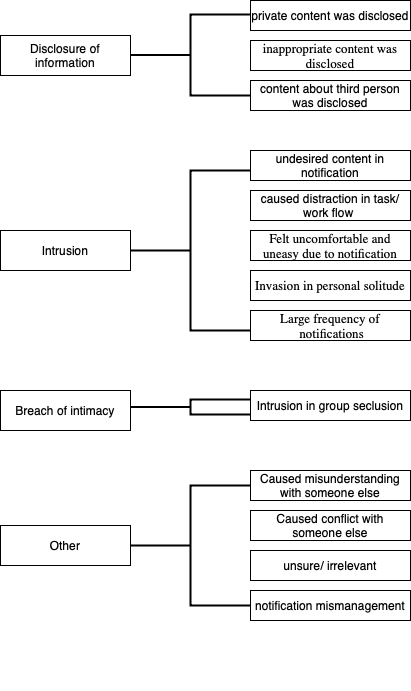
PriyankaVerma98/Smartphone-notifications-Privacy keeps this draw.io diagram as coding tree.png. Above is the earlier version. Source tidied: cells renumbered, new cells last; positions are measured from the earlier drawing's top-left corner, leaving out a move shared by most shapes. The source it was exported from:
```xml
<mxGraphModel>
  <root>
    <mxCell id="0" />
    <mxCell id="1" parent="0" />
    <mxCell id="2" value="undesired content in notification" style="text;html=1;strokeColor=#000000;fillColor=none;align=center;verticalAlign=middle;whiteSpace=wrap;rounded=0;" parent="1" vertex="1">
      <mxGeometry x="250" y="150" width="160" height="30" as="geometry" />
    </mxCell>
    <mxCell id="3" value="caused distraction in task/ work flow&amp;nbsp;" style="text;html=1;strokeColor=#000000;fillColor=none;align=center;verticalAlign=middle;whiteSpace=wrap;rounded=0;" parent="1" vertex="1">
      <mxGeometry x="250" y="190" width="160" height="30" as="geometry" />
    </mxCell>
    <mxCell id="4" value="&lt;div class=&quot;page&quot; title=&quot;Page 8&quot;&gt;&lt;div class=&quot;layoutArea&quot;&gt;&lt;div class=&quot;column&quot;&gt;&lt;p&gt;&lt;span style=&quot;font-size: 10pt ; font-family: &amp;#34;linlibertinet&amp;#34;&quot;&gt;Felt uncomfortable and uneasy due to notification&lt;/span&gt;&lt;/p&gt;&lt;/div&gt;&lt;/div&gt;&lt;/div&gt;" style="text;html=1;strokeColor=#000000;fillColor=none;align=center;verticalAlign=middle;whiteSpace=wrap;rounded=0;" parent="1" vertex="1">
      <mxGeometry x="250" y="230" width="160" height="30" as="geometry" />
    </mxCell>
    <mxCell id="5" value="&lt;div class=&quot;page&quot; title=&quot;Page 8&quot;&gt;&lt;div class=&quot;layoutArea&quot;&gt;&lt;div class=&quot;column&quot;&gt;&lt;p&gt;&lt;span style=&quot;font-family: &amp;#34;linlibertinet&amp;#34; ; font-size: 10pt&quot;&gt;Invasion in personal solitude&lt;/span&gt;&lt;span style=&quot;color: rgba(0 , 0 , 0 , 0) ; font-family: monospace ; font-size: 0px&quot;&gt;%3CmxGraphModel%3E%3Croot%3E%3CmxCell%20id%3D%220%22%2F%3E%3CmxCell%20id%3D%221%22%20parent%3D%220%22%2F%3E%3CmxCell%20id%3D%222%22%20value%3D%22%26lt%3Bdiv%20class%3D%26quot%3Bpage%26quot%3B%20title%3D%26quot%3BPage%208%26quot%3B%26gt%3B%26lt%3Bdiv%20class%3D%26quot%3BlayoutArea%26quot%3B%26gt%3B%26lt%3Bdiv%20class%3D%26quot%3Bcolumn%26quot%3B%26gt%3B%26lt%3Bp%26gt%3B%26lt%3Bspan%20style%3D%26quot%3Bfont-size%3A%2010pt%20%3B%20font-family%3A%20%26amp%3B%2334%3Blinlibertinet%26amp%3B%2334%3B%26quot%3B%26gt%3BFelt%20uncomfortable%20and%20uneasy%20due%20to%20notification%26lt%3B%2Fspan%26gt%3B%26lt%3B%2Fp%26gt%3B%26lt%3B%2Fdiv%26gt%3B%26lt%3B%2Fdiv%26gt%3B%26lt%3B%2Fdiv%26gt%3B%22%20style%3D%22text%3Bhtml%3D1%3BstrokeColor%3Dnone%3BfillColor%3Dnone%3Balign%3Dcenter%3BverticalAlign%3Dmiddle%3BwhiteSpace%3Dwrap%3Brounded%3D0%3B%22%20vertex%3D%221%22%20parent%3D%221%22%3E%3CmxGeometry%20x%3D%22410%22%20y%3D%22390%22%20width%3D%22130%22%20height%3D%2240%22%20as%3D%22geometry%22%2F%3E%3C%2FmxCell%3E%3C%2Froot%3E%3C%2FmxGraphModel%3E&lt;/span&gt;&lt;br&gt;&lt;/p&gt;&lt;/div&gt;&lt;/div&gt;&lt;/div&gt;" style="text;html=1;strokeColor=#000000;fillColor=none;align=center;verticalAlign=middle;whiteSpace=wrap;rounded=0;" parent="1" vertex="1">
      <mxGeometry x="250" y="270" width="160" height="30" as="geometry" />
    </mxCell>
    <mxCell id="6" value="&lt;div class=&quot;page&quot; title=&quot;Page 8&quot;&gt;&lt;div class=&quot;layoutArea&quot;&gt;&lt;div class=&quot;column&quot;&gt;&lt;p&gt;&lt;font face=&quot;linlibertinet&quot; size=&quot;2&quot;&gt;Large frequency of &amp;nbsp;notifications&lt;/font&gt;&lt;/p&gt;&lt;/div&gt;&lt;/div&gt;&lt;/div&gt;" style="text;html=1;strokeColor=#000000;fillColor=none;align=center;verticalAlign=middle;whiteSpace=wrap;rounded=0;" parent="1" vertex="1">
      <mxGeometry x="250" y="310" width="160" height="30" as="geometry" />
    </mxCell>
    <mxCell id="7" value="&lt;div class=&quot;page&quot; title=&quot;Page 8&quot;&gt;&lt;div class=&quot;layoutArea&quot;&gt;&lt;div class=&quot;column&quot;&gt;&lt;p&gt;&lt;br&gt;&lt;/p&gt;&lt;/div&gt;&lt;/div&gt;&lt;/div&gt;" style="text;html=1;strokeColor=none;fillColor=none;align=center;verticalAlign=middle;whiteSpace=wrap;rounded=0;" parent="1" vertex="1">
      <mxGeometry x="273" y="650" width="130" height="40" as="geometry" />
    </mxCell>
    <mxCell id="8" value="Intrusion" style="text;html=1;strokeColor=#000000;fillColor=none;align=center;verticalAlign=middle;whiteSpace=wrap;rounded=0;" parent="1" vertex="1">
      <mxGeometry y="230" width="130" height="40" as="geometry" />
    </mxCell>
    <mxCell id="9" style="strokeWidth=2;html=1;shape=mxgraph.flowchart.annotation_2;align=left;labelPosition=right;" parent="1" vertex="1">
      <mxGeometry x="130" y="170" width="120" height="160" as="geometry" />
    </mxCell>
    <mxCell id="10" value="Intrusion in group seclusion" style="text;html=1;strokeColor=#000000;fillColor=none;align=center;verticalAlign=middle;whiteSpace=wrap;rounded=0;" parent="1" vertex="1">
      <mxGeometry x="250" y="390" width="160" height="30" as="geometry" />
    </mxCell>
    <mxCell id="11" value="Breach of intimacy" style="text;html=1;strokeColor=#000000;fillColor=none;align=center;verticalAlign=middle;whiteSpace=wrap;rounded=0;" parent="1" vertex="1">
      <mxGeometry y="390" width="130" height="40" as="geometry" />
    </mxCell>
    <mxCell id="12" style="strokeWidth=2;html=1;shape=mxgraph.flowchart.annotation_2;align=left;labelPosition=right;" parent="1" vertex="1">
      <mxGeometry x="130" y="399" width="120" height="15" as="geometry" />
    </mxCell>
    <mxCell id="13" value="Caused misunderstanding with someone else" style="text;html=1;strokeColor=#000000;fillColor=none;align=center;verticalAlign=middle;whiteSpace=wrap;rounded=0;" parent="1" vertex="1">
      <mxGeometry x="250" y="470" width="160" height="30" as="geometry" />
    </mxCell>
    <mxCell id="14" value="Caused conflict with someone else" style="text;html=1;strokeColor=#000000;fillColor=none;align=center;verticalAlign=middle;whiteSpace=wrap;rounded=0;" parent="1" vertex="1">
      <mxGeometry x="250" y="510" width="160" height="30" as="geometry" />
    </mxCell>
    <mxCell id="15" value="private content was disclosed" style="text;html=1;strokeColor=#000000;fillColor=none;align=center;verticalAlign=middle;whiteSpace=wrap;rounded=0;" parent="1" vertex="1">
      <mxGeometry x="250" width="160" height="30" as="geometry" />
    </mxCell>
    <mxCell id="16" value="content about third person was disclosed" style="text;html=1;strokeColor=#000000;fillColor=none;align=center;verticalAlign=middle;whiteSpace=wrap;rounded=0;" parent="1" vertex="1">
      <mxGeometry x="250" y="80" width="160" height="30" as="geometry" />
    </mxCell>
    <mxCell id="17" value="&lt;div class=&quot;page&quot; title=&quot;Page 8&quot;&gt;&lt;div class=&quot;layoutArea&quot;&gt;&lt;div class=&quot;column&quot;&gt;&lt;p&gt;&lt;font face=&quot;linlibertinet&quot; size=&quot;2&quot;&gt;inappropriate content was disclosed&lt;/font&gt;&lt;/p&gt;&lt;/div&gt;&lt;/div&gt;&lt;/div&gt;" style="text;html=1;strokeColor=#000000;fillColor=none;align=center;verticalAlign=middle;whiteSpace=wrap;rounded=0;" parent="1" vertex="1">
      <mxGeometry x="250" y="40" width="160" height="30" as="geometry" />
    </mxCell>
    <mxCell id="18" value="Disclosure of information" style="text;html=1;strokeColor=#000000;fillColor=none;align=center;verticalAlign=middle;whiteSpace=wrap;rounded=0;" parent="1" vertex="1">
      <mxGeometry y="35" width="130" height="40" as="geometry" />
    </mxCell>
    <mxCell id="19" style="strokeWidth=2;html=1;shape=mxgraph.flowchart.annotation_2;align=left;labelPosition=right;" parent="1" vertex="1">
      <mxGeometry x="130" y="14" width="120" height="81" as="geometry" />
    </mxCell>
    <mxCell id="20" value="unsure/ irrelevant" style="text;html=1;strokeColor=#000000;fillColor=none;align=center;verticalAlign=middle;whiteSpace=wrap;rounded=0;" parent="1" vertex="1">
      <mxGeometry x="250" y="550" width="160" height="30" as="geometry" />
    </mxCell>
    <mxCell id="21" value="Other" style="text;html=1;strokeColor=#000000;fillColor=none;align=center;verticalAlign=middle;whiteSpace=wrap;rounded=0;" parent="1" vertex="1">
      <mxGeometry y="525" width="130" height="40" as="geometry" />
    </mxCell>
    <mxCell id="22" value="notification mismanagement" style="text;html=1;strokeColor=#000000;fillColor=none;align=center;verticalAlign=middle;whiteSpace=wrap;rounded=0;" parent="1" vertex="1">
      <mxGeometry x="250" y="590" width="160" height="30" as="geometry" />
    </mxCell>
    <mxCell id="23" style="strokeWidth=2;html=1;shape=mxgraph.flowchart.annotation_2;align=left;labelPosition=right;" parent="1" vertex="1">
      <mxGeometry x="130" y="485" width="120" height="120" as="geometry" />
    </mxCell>
  </root>
</mxGraphModel>
```
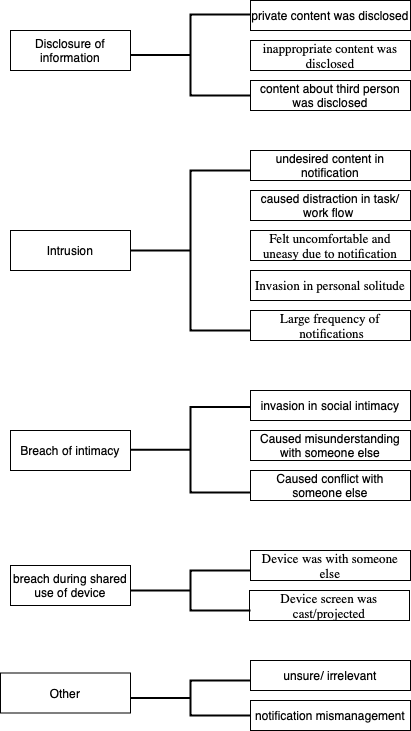
After the commit.

The edit, as a diff of the source:
```diff
@@ -21,25 +21,25 @@
       <mxGeometry x="273" y="650" width="130" height="40" as="geometry" />
     </mxCell>
     <mxCell id="8" value="Intrusion" style="text;html=1;strokeColor=#000000;fillColor=none;align=center;verticalAlign=middle;whiteSpace=wrap;rounded=0;" parent="1" vertex="1">
-      <mxGeometry y="230" width="130" height="40" as="geometry" />
+      <mxGeometry x="10" y="230" width="120" height="40" as="geometry" />
     </mxCell>
     <mxCell id="9" style="strokeWidth=2;html=1;shape=mxgraph.flowchart.annotation_2;align=left;labelPosition=right;" parent="1" vertex="1">
       <mxGeometry x="130" y="170" width="120" height="160" as="geometry" />
     </mxCell>
-    <mxCell id="10" value="Intrusion in group seclusion" style="text;html=1;strokeColor=#000000;fillColor=none;align=center;verticalAlign=middle;whiteSpace=wrap;rounded=0;" parent="1" vertex="1">
+    <mxCell id="10" value="invasion in social intimacy" style="text;html=1;strokeColor=#000000;fillColor=none;align=center;verticalAlign=middle;whiteSpace=wrap;rounded=0;" parent="1" vertex="1">
       <mxGeometry x="250" y="390" width="160" height="30" as="geometry" />
     </mxCell>
     <mxCell id="11" value="Breach of intimacy" style="text;html=1;strokeColor=#000000;fillColor=none;align=center;verticalAlign=middle;whiteSpace=wrap;rounded=0;" parent="1" vertex="1">
-      <mxGeometry y="390" width="130" height="40" as="geometry" />
+      <mxGeometry x="10" y="430" width="120" height="40" as="geometry" />
     </mxCell>
     <mxCell id="12" style="strokeWidth=2;html=1;shape=mxgraph.flowchart.annotation_2;align=left;labelPosition=right;" parent="1" vertex="1">
-      <mxGeometry x="130" y="399" width="120" height="15" as="geometry" />
+      <mxGeometry x="130" y="406.5" width="120" height="85.5" as="geometry" />
     </mxCell>
     <mxCell id="13" value="Caused misunderstanding with someone else" style="text;html=1;strokeColor=#000000;fillColor=none;align=center;verticalAlign=middle;whiteSpace=wrap;rounded=0;" parent="1" vertex="1">
-      <mxGeometry x="250" y="470" width="160" height="30" as="geometry" />
+      <mxGeometry x="250" y="430" width="160" height="30" as="geometry" />
     </mxCell>
     <mxCell id="14" value="Caused conflict with someone else" style="text;html=1;strokeColor=#000000;fillColor=none;align=center;verticalAlign=middle;whiteSpace=wrap;rounded=0;" parent="1" vertex="1">
-      <mxGeometry x="250" y="510" width="160" height="30" as="geometry" />
+      <mxGeometry x="250" y="470" width="160" height="30" as="geometry" />
     </mxCell>
     <mxCell id="15" value="private content was disclosed" style="text;html=1;strokeColor=#000000;fillColor=none;align=center;verticalAlign=middle;whiteSpace=wrap;rounded=0;" parent="1" vertex="1">
       <mxGeometry x="250" width="160" height="30" as="geometry" />
@@ -51,22 +51,37 @@
       <mxGeometry x="250" y="40" width="160" height="30" as="geometry" />
     </mxCell>
     <mxCell id="18" value="Disclosure of information" style="text;html=1;strokeColor=#000000;fillColor=none;align=center;verticalAlign=middle;whiteSpace=wrap;rounded=0;" parent="1" vertex="1">
-      <mxGeometry y="35" width="130" height="40" as="geometry" />
+      <mxGeometry x="10" y="30" width="120" height="40" as="geometry" />
     </mxCell>
     <mxCell id="19" style="strokeWidth=2;html=1;shape=mxgraph.flowchart.annotation_2;align=left;labelPosition=right;" parent="1" vertex="1">
       <mxGeometry x="130" y="14" width="120" height="81" as="geometry" />
     </mxCell>
     <mxCell id="20" value="unsure/ irrelevant" style="text;html=1;strokeColor=#000000;fillColor=none;align=center;verticalAlign=middle;whiteSpace=wrap;rounded=0;" parent="1" vertex="1">
-      <mxGeometry x="250" y="550" width="160" height="30" as="geometry" />
+      <mxGeometry x="250" y="660" width="160" height="30" as="geometry" />
     </mxCell>
     <mxCell id="21" value="Other" style="text;html=1;strokeColor=#000000;fillColor=none;align=center;verticalAlign=middle;whiteSpace=wrap;rounded=0;" parent="1" vertex="1">
-      <mxGeometry y="525" width="130" height="40" as="geometry" />
+      <mxGeometry y="672.5" width="130" height="40" as="geometry" />
     </mxCell>
     <mxCell id="22" value="notification mismanagement" style="text;html=1;strokeColor=#000000;fillColor=none;align=center;verticalAlign=middle;whiteSpace=wrap;rounded=0;" parent="1" vertex="1">
-      <mxGeometry x="250" y="590" width="160" height="30" as="geometry" />
+      <mxGeometry x="250" y="700" width="160" height="30" as="geometry" />
     </mxCell>
     <mxCell id="23" style="strokeWidth=2;html=1;shape=mxgraph.flowchart.annotation_2;align=left;labelPosition=right;" parent="1" vertex="1">
-      <mxGeometry x="130" y="485" width="120" height="120" as="geometry" />
+      <mxGeometry x="130" y="680" width="120" height="35" as="geometry" />
     </mxCell>
+    <mxCell id="24" value="&lt;div class=&quot;page&quot; title=&quot;Page 8&quot; style=&quot;color: rgb(0, 0, 0); font-style: normal; font-weight: normal; letter-spacing: normal; text-indent: 0px; text-transform: none; word-spacing: 0px; text-decoration: none;&quot;&gt;&lt;div class=&quot;layoutArea&quot;&gt;&lt;div class=&quot;column&quot;&gt;&lt;p&gt;&lt;span style=&quot;font-size: 10pt ; font-family: &amp;quot;linlibertinet&amp;quot;&quot;&gt;Device was with someone else&lt;/span&gt;&lt;/p&gt;&lt;/div&gt;&lt;/div&gt;&lt;/div&gt;" style="text;html=1;strokeColor=#000000;fillColor=none;align=center;verticalAlign=middle;whiteSpace=wrap;rounded=0;" parent="1" vertex="1">
+      <mxGeometry x="250" y="550" width="160" height="30" as="geometry" />
+    </mxCell>
+    <mxCell id="25" value="&lt;div class=&quot;page&quot; title=&quot;Page 8&quot; style=&quot;color: rgb(0 , 0 , 0) ; font-style: normal ; font-weight: normal ; letter-spacing: normal ; text-indent: 0px ; text-transform: none ; word-spacing: 0px ; text-decoration: none&quot;&gt;&lt;div class=&quot;layoutArea&quot;&gt;&lt;div class=&quot;column&quot;&gt;&lt;div class=&quot;page&quot; title=&quot;Page 8&quot;&gt;&lt;div class=&quot;layoutArea&quot;&gt;&lt;div class=&quot;column&quot;&gt;&lt;p&gt;&lt;span style=&quot;font-size: 10pt ; font-family: &amp;#34;linlibertinet&amp;#34;&quot;&gt;Device screen was cast/projected&lt;/span&gt;&lt;/p&gt;&lt;/div&gt;&lt;/div&gt;&lt;/div&gt;&lt;/div&gt;&lt;/div&gt;&lt;/div&gt;" style="text;html=1;strokeColor=#000000;fillColor=none;align=center;verticalAlign=middle;whiteSpace=wrap;rounded=0;" parent="1" vertex="1">
+      <mxGeometry x="249" y="590" width="160" height="30" as="geometry" />
+    </mxCell>
+    <mxCell id="26" style="strokeWidth=2;html=1;shape=mxgraph.flowchart.annotation_2;align=left;labelPosition=right;" parent="1" vertex="1">
+      <mxGeometry x="130" y="570" width="120" height="40" as="geometry" />
+    </mxCell>
+    <mxCell id="27" value="breach during shared use of device" style="text;html=1;strokeColor=#000000;fillColor=none;align=center;verticalAlign=middle;whiteSpace=wrap;rounded=0;" parent="1" vertex="1">
+      <mxGeometry x="10" y="565" width="120" height="40" as="geometry" />
+    </mxCell>
+    <mxCell id="28" style="edgeStyle=orthogonalEdgeStyle;rounded=0;orthogonalLoop=1;jettySize=auto;html=1;exitX=0.5;exitY=1;exitDx=0;exitDy=0;" parent="1" edge="1" source="11" target="11">
+      <mxGeometry relative="1" as="geometry" />
+    </mxCell>
   </root>
 </mxGraphModel>
```
